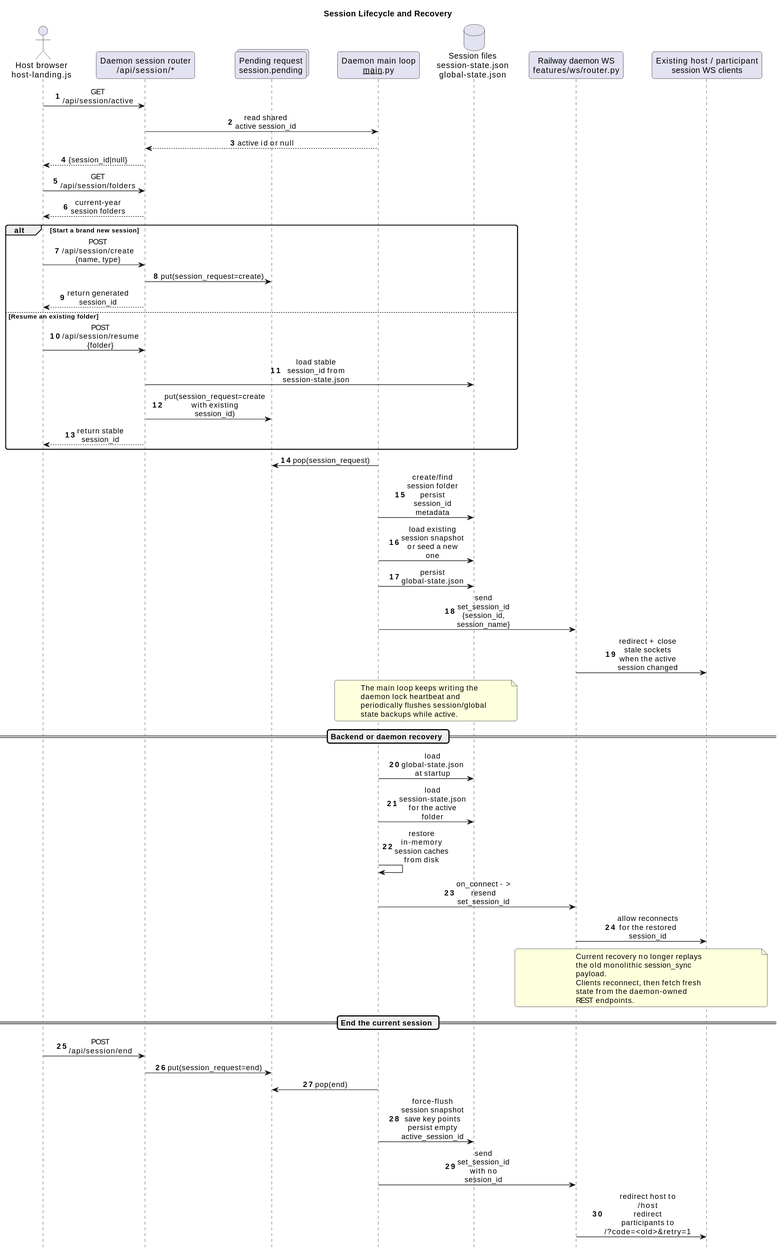
This is docs/sequences/svg/01-session-lifecycle-and-recovery.svg from victorrentea/training-assistant, a PlantUML export, as it was before one commit. The source it was exported from:
```plantuml
@startuml
title Session Lifecycle and Recovery
hide footbox
autonumber

skinparam BackgroundColor transparent
skinparam SequenceMessageAlign center
skinparam ParticipantPadding 20
skinparam BoxPadding 10
skinparam MaxMessageSize 110
skinparam WrapWidth 220
skinparam RoundCorner 8

actor "Host browser\nhost-landing.js" as Host
participant "Daemon session router\n/api/session/*" as SessionAPI
collections "Pending request\nsession.pending" as Pending
participant "Daemon main loop\n__main__.py" as Loop
database "Session files\nsession-state.json\nglobal-state.json" as Disk
participant "Railway daemon WS\nfeatures/ws/router.py" as RailwayWS
participant "Existing host / participant\nsession WS clients" as Clients

Host -> SessionAPI: GET /api/session/active
SessionAPI -> Loop: read shared active session_id
Loop --> SessionAPI: active id or null
SessionAPI --> Host: {session_id|null}

Host -> SessionAPI: GET /api/session/folders
SessionAPI --> Host: current-year session folders

alt Start a brand new session
  Host -> SessionAPI: POST /api/session/create {name, type}
  SessionAPI -> Pending: put(session_request=create)
  SessionAPI --> Host: return generated session_id
else Resume an existing folder
  Host -> SessionAPI: POST /api/session/resume {folder}
  SessionAPI -> Disk: load stable session_id from session-state.json
  SessionAPI -> Pending: put(session_request=create with existing session_id)
  SessionAPI --> Host: return stable session_id
end

Loop -> Pending: pop(session_request)
Loop -> Disk: create/find session folder\npersist session_id metadata
Loop -> Disk: load existing session snapshot or seed a new one
Loop -> Disk: persist global-state.json
Loop -> RailwayWS: send set_session_id {session_id, session_name}
RailwayWS -> Clients: redirect + close stale sockets\nwhen the active session changed

note over Loop, Disk
The main loop keeps writing the daemon lock heartbeat and
periodically flushes session/global state backups while active.
end note

== Backend or daemon recovery ==

Loop -> Disk: load global-state.json at startup
Loop -> Disk: load session-state.json for the active folder
Loop -> Loop: restore in-memory session caches from disk
Loop -> RailwayWS: on_connect -> resend set_session_id
RailwayWS -> Clients: allow reconnects for the restored session_id

note over RailwayWS, Clients
Current recovery no longer replays the old monolithic session_sync payload.
Clients reconnect, then fetch fresh state from the daemon-owned REST endpoints.
end note

== End the current session ==

Host -> SessionAPI: POST /api/session/end
SessionAPI -> Pending: put(session_request=end)
Loop -> Pending: pop(end)
Loop -> Disk: force-flush session snapshot\nsave key points\npersist empty active_session_id
Loop -> RailwayWS: send set_session_id with no session_id
RailwayWS -> Clients: redirect host to /host\nredirect participants to /?code=<old>&retry=1
@enduml
```
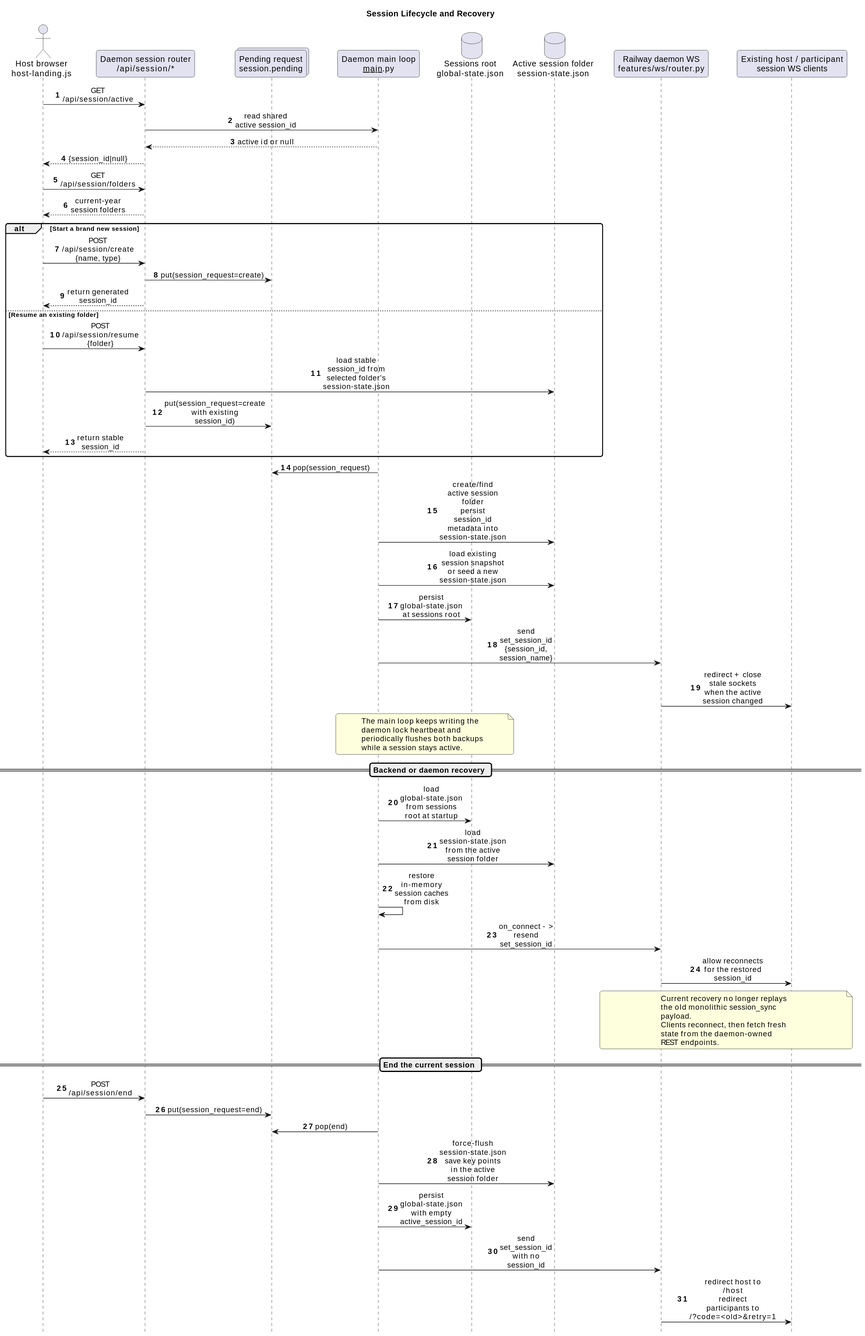
Later version of the same file.

Commit message:
Tighten sequence asset checks

Change to the diagram source:
```diff
@@ -15,7 +15,8 @@
 participant "Daemon session router\n/api/session/*" as SessionAPI
 collections "Pending request\nsession.pending" as Pending
 participant "Daemon main loop\n__main__.py" as Loop
-database "Session files\nsession-state.json\nglobal-state.json" as Disk
+database "Sessions root\nglobal-state.json" as GlobalState
+database "Active session folder\nsession-state.json" as SessionState
 participant "Railway daemon WS\nfeatures/ws/router.py" as RailwayWS
 participant "Existing host / participant\nsession WS clients" as Clients
 
@@ -33,27 +34,27 @@
   SessionAPI --> Host: return generated session_id
 else Resume an existing folder
   Host -> SessionAPI: POST /api/session/resume {folder}
-  SessionAPI -> Disk: load stable session_id from session-state.json
+  SessionAPI -> SessionState: load stable session_id from selected folder's\nsession-state.json
   SessionAPI -> Pending: put(session_request=create with existing session_id)
   SessionAPI --> Host: return stable session_id
 end
 
 Loop -> Pending: pop(session_request)
-Loop -> Disk: create/find session folder\npersist session_id metadata
-Loop -> Disk: load existing session snapshot or seed a new one
-Loop -> Disk: persist global-state.json
+Loop -> SessionState: create/find active session folder\npersist session_id metadata into session-state.json
+Loop -> SessionState: load existing session snapshot or seed a new\nsession-state.json
+Loop -> GlobalState: persist global-state.json at sessions root
 Loop -> RailwayWS: send set_session_id {session_id, session_name}
 RailwayWS -> Clients: redirect + close stale sockets\nwhen the active session changed
 
-note over Loop, Disk
+note over Loop, GlobalState
 The main loop keeps writing the daemon lock heartbeat and
-periodically flushes session/global state backups while active.
+periodically flushes both backups while a session stays active.
 end note
 
 == Backend or daemon recovery ==
 
-Loop -> Disk: load global-state.json at startup
-Loop -> Disk: load session-state.json for the active folder
+Loop -> GlobalState: load global-state.json from sessions root at startup
+Loop -> SessionState: load session-state.json from the active session folder
 Loop -> Loop: restore in-memory session caches from disk
 Loop -> RailwayWS: on_connect -> resend set_session_id
 RailwayWS -> Clients: allow reconnects for the restored session_id
@@ -68,7 +69,8 @@
 Host -> SessionAPI: POST /api/session/end
 SessionAPI -> Pending: put(session_request=end)
 Loop -> Pending: pop(end)
-Loop -> Disk: force-flush session snapshot\nsave key points\npersist empty active_session_id
+Loop -> SessionState: force-flush session-state.json\nsave key points in the active session folder
+Loop -> GlobalState: persist global-state.json with empty active_session_id
 Loop -> RailwayWS: send set_session_id with no session_id
 RailwayWS -> Clients: redirect host to /host\nredirect participants to /?code=<old>&retry=1
 @enduml
```
